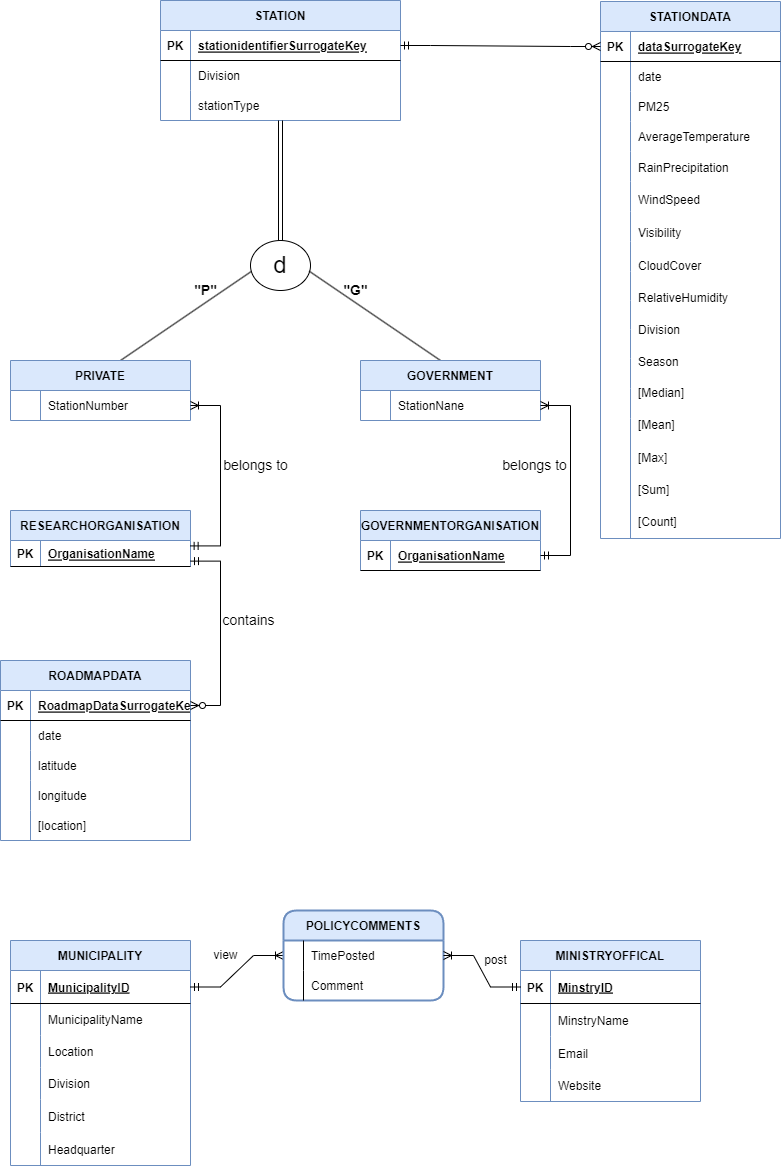
toushifhossain1/AirQualityMonitoringOfBangladesh keeps this draw.io diagram as ERDFinal.drawio.png. Above is the earlier version. Source tidied: cells renumbered, new cells last; positions are measured from the earlier drawing's top-left corner, leaving out a move shared by most shapes.
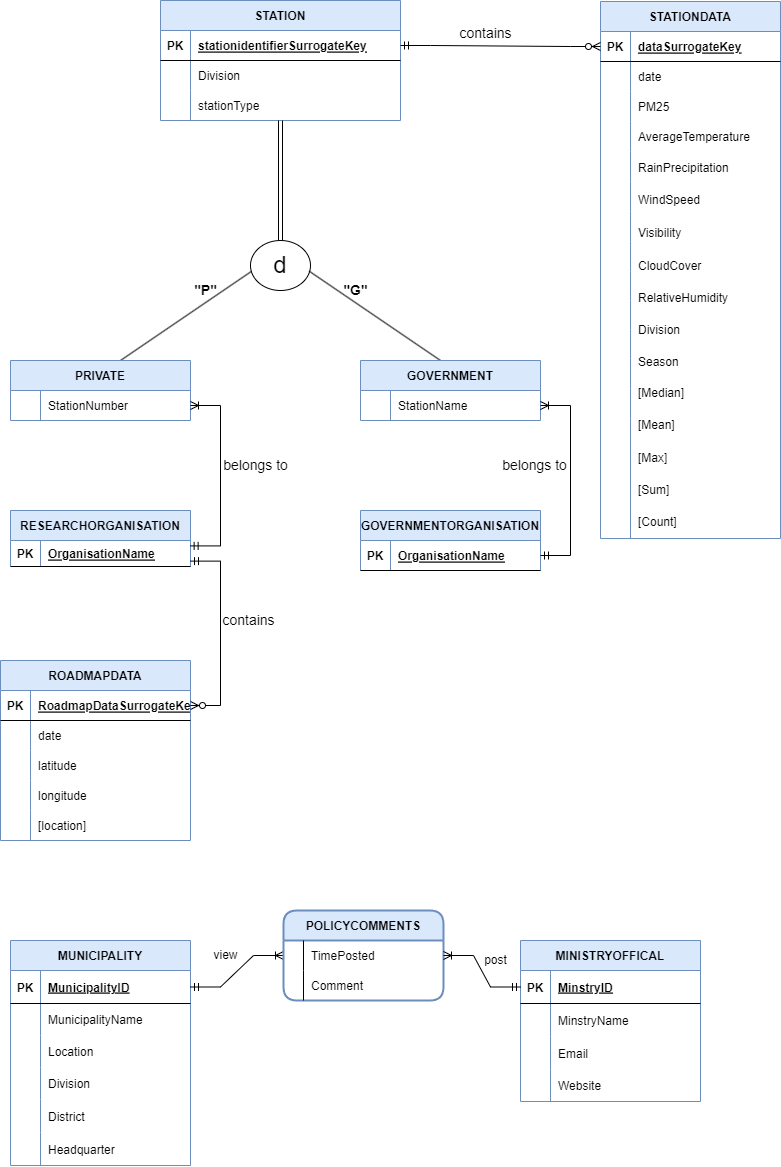
The same diagram one commit later.

What changed in the source:
```diff
@@ -333,7 +333,7 @@
     <mxCell id="110" style="shape=partialRectangle;fillColor=none;top=0;left=0;bottom=0;right=0;overflow=hidden;" parent="109" vertex="1">
       <mxGeometry width="30" height="30" as="geometry" />
     </mxCell>
-    <mxCell id="111" value="StationNane" style="shape=partialRectangle;fillColor=none;top=0;left=0;bottom=0;right=0;align=left;spacingLeft=6;overflow=hidden;" parent="109" vertex="1">
+    <mxCell id="111" value="StationName" style="shape=partialRectangle;fillColor=none;top=0;left=0;bottom=0;right=0;align=left;spacingLeft=6;overflow=hidden;" parent="109" vertex="1">
       <mxGeometry x="30" width="150" height="30" as="geometry" />
     </mxCell>
     <mxCell id="112" value="RESEARCHORGANISATION" style="shape=table;startSize=30;rowLines=0;fontStyle=1;align=center;fillColor=#DAE8FC;strokeColor=#6C8EBF;" parent="1" vertex="1">
@@ -471,5 +471,8 @@
     <mxCell id="156" value="contains" style="text;html=1;align=center;verticalAlign=middle;strokeColor=none;fillColor=none;fontSize=14;" parent="1" vertex="1">
       <mxGeometry x="208" y="605" width="80" height="30" as="geometry" />
     </mxCell>
+    <mxCell id="157" value="contains" style="text;html=1;align=center;verticalAlign=middle;strokeColor=none;fillColor=none;fontSize=14;" parent="1" vertex="1">
+      <mxGeometry x="450" y="18" width="70" height="29" as="geometry" />
+    </mxCell>
   </root>
 </mxGraphModel>
```
